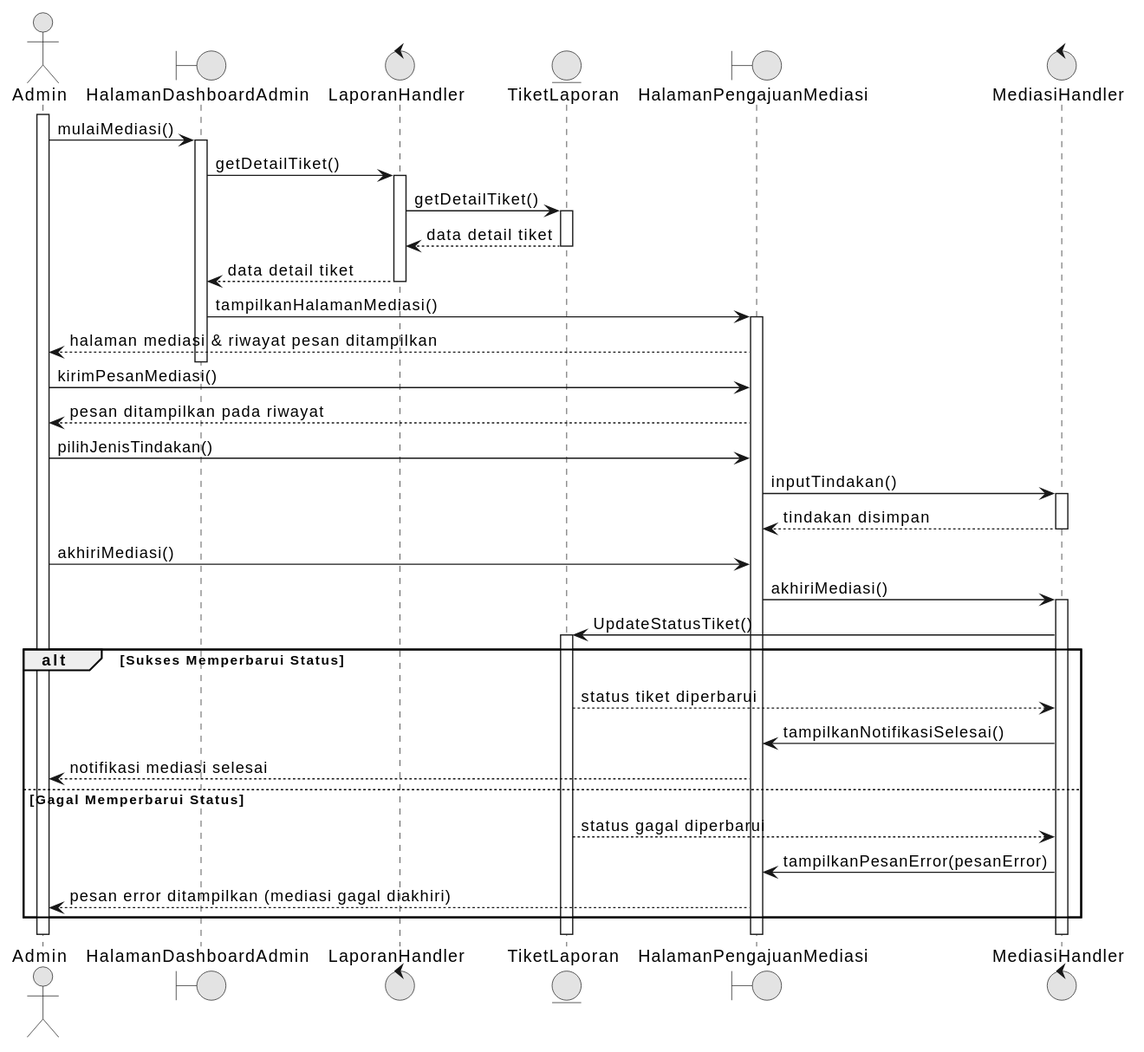
Before: docs/M7/assets/diagram/UC16_DiagramSekuens.svg, a diagram exported from PlantUML (EdwTorch/IF2150-RPL-K01-G03).
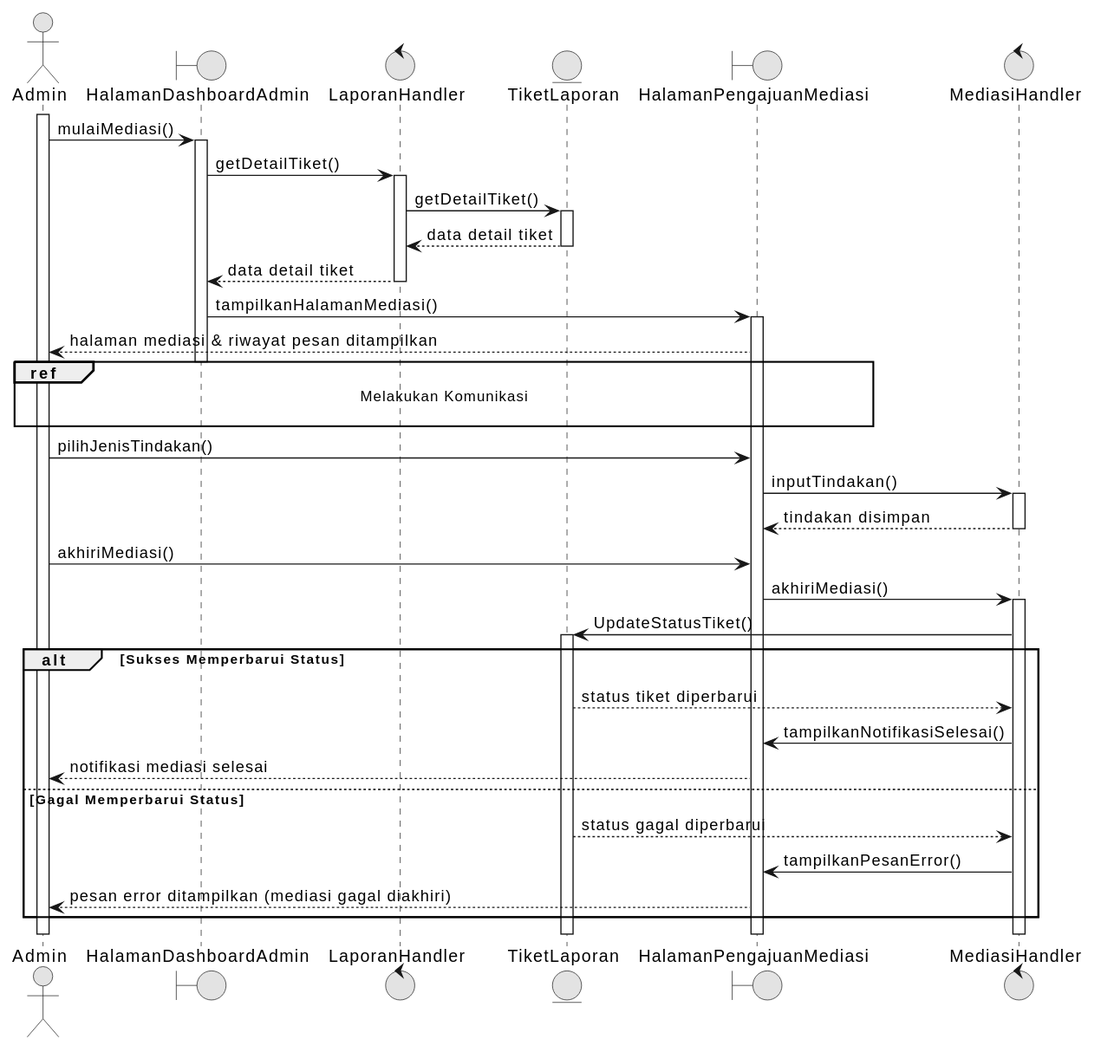
Later version of the same file.

Commit message:
docs: menambahkan UC08 pada diagram sekuens UC16

What changed in the source:
```diff
@@ -31,8 +31,10 @@
 HalamanPengajuanMediasi --> Admin : halaman mediasi & riwayat pesan ditampilkan
 deactivate HalamanDashboardAdmin
 
-Admin -> HalamanPengajuanMediasi : kirimPesanMediasi()
-HalamanPengajuanMediasi --> Admin : pesan ditampilkan pada riwayat
+ref over Admin, HalamanPengajuanMediasi
+    Melakukan Komunikasi
+
+end ref
 
 Admin -> HalamanPengajuanMediasi : pilihJenisTindakan()
 HalamanPengajuanMediasi -> MediasiHandler : inputTindakan()
@@ -53,7 +55,7 @@
     HalamanPengajuanMediasi --> Admin : notifikasi mediasi selesai
 else Gagal Memperbarui Status
     TiketLaporan --> MediasiHandler : status gagal diperbarui
-    MediasiHandler -> HalamanPengajuanMediasi : tampilkanPesanError(pesanError)
+    MediasiHandler -> HalamanPengajuanMediasi : tampilkanPesanError()
     HalamanPengajuanMediasi --> Admin : pesan error ditampilkan (mediasi gagal diakhiri)
 end
 
```
